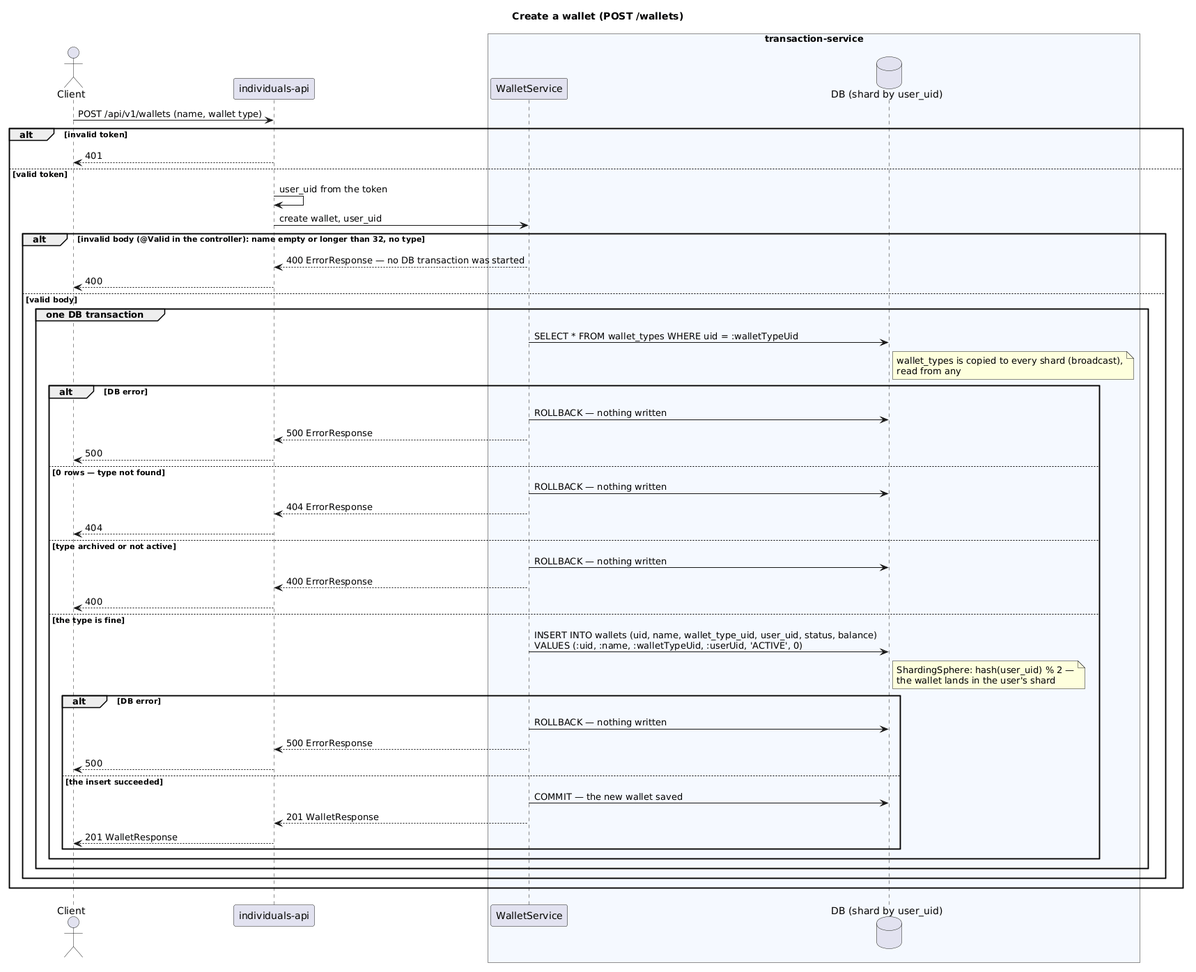
dezxxx/payment-platform keeps this PlantUML diagram as transaction-service/diagrams-c4/png/en/sequence-wallet-create.png. Above is the earlier version.
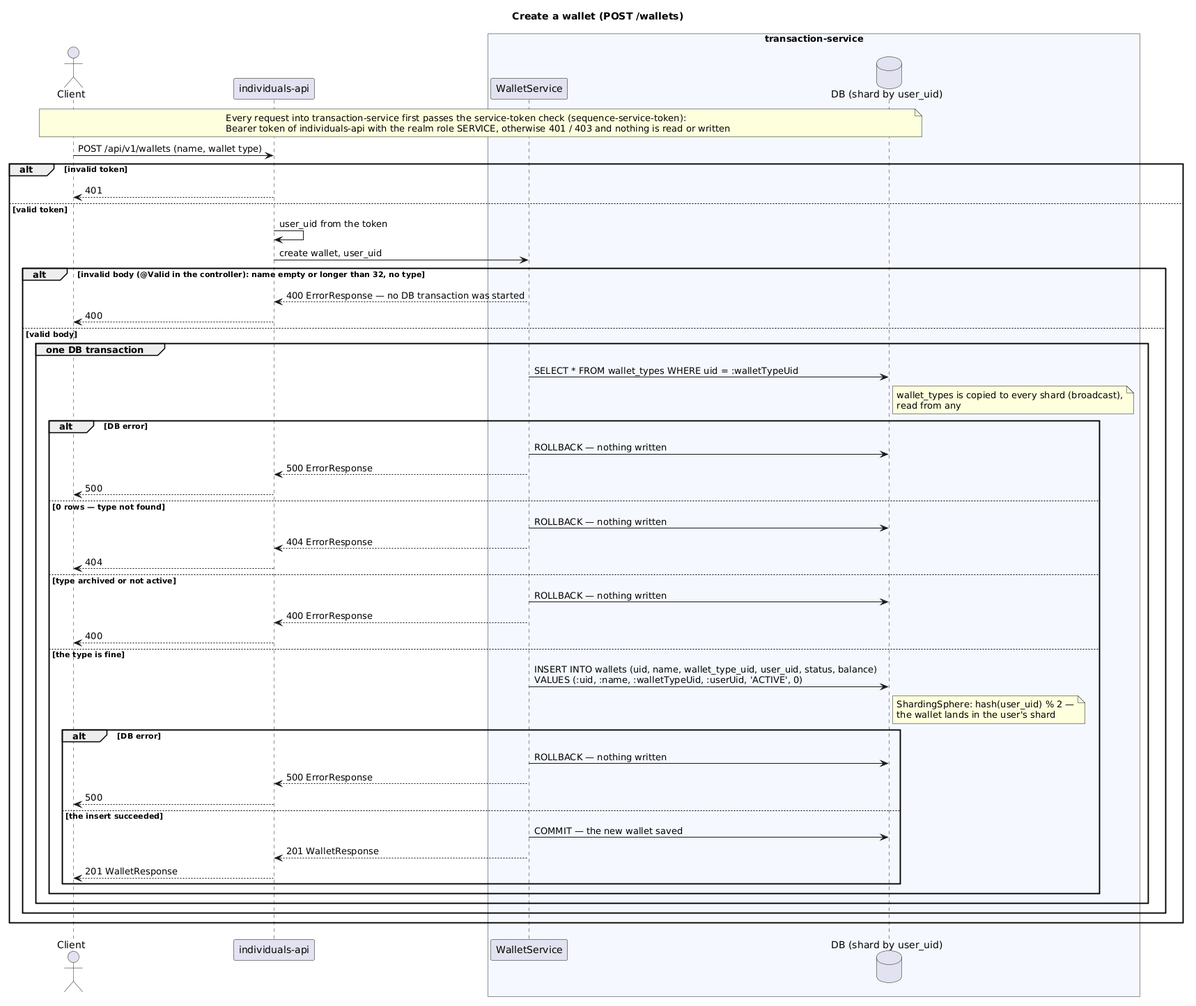
The same file after the commit.

Change to the diagram source:
```diff
@@ -8,6 +8,7 @@
     database "DB (shard by user_uid)" as DB
 end box
 
+note across: Every request into transaction-service first passes the service-token check (sequence-service-token):\nBearer token of individuals-api with the realm role SERVICE, otherwise 401 / 403 and nothing is read or written
 Client -> IA: POST /api/v1/wallets (name, wallet type)
 alt invalid token
     IA --> Client: 401
```
